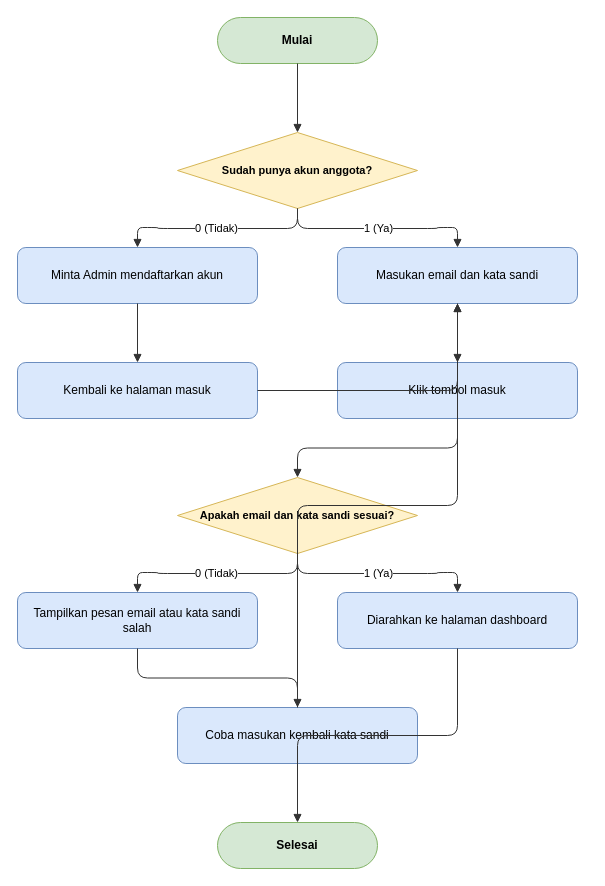
Before: docs/diagrams/flowchart/flowchart-login.drawio in dimstyle/ruang-baca, a draw.io diagram. Source tidied: cells renumbered, new cells numbered last; positions are measured from the earlier drawing's top-left corner, leaving out a move shared by most shapes. Both pictures are drawn from the tidied source at 100%, with x=0, y=0 at pixel (17, 17).
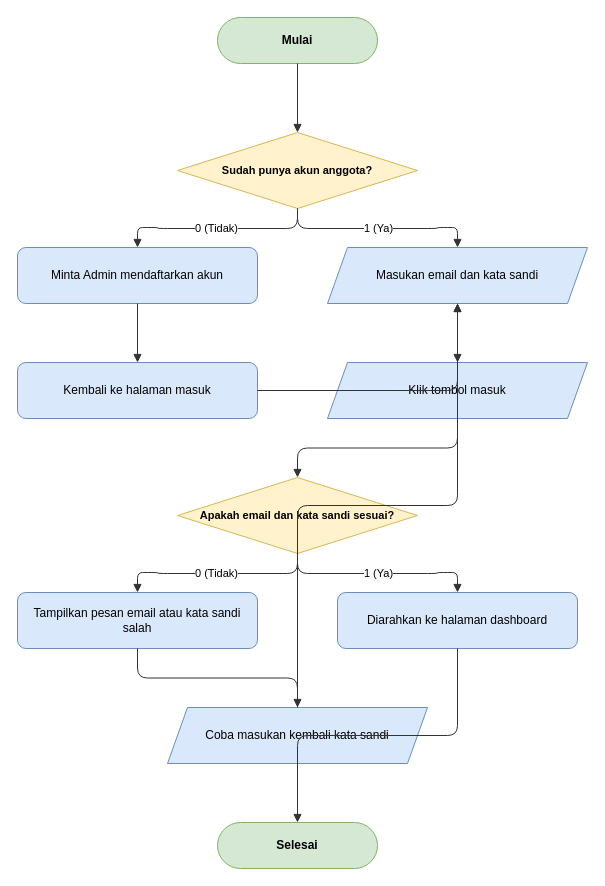
Above is the later version.

Diff of the diagram source:
```diff
@@
-    <mxCell id="5" value="Masukan email dan kata sandi" style="rounded=1;whiteSpace=wrap;html=1;fillColor=#dae8fc;strokeColor=#6c8ebf;fontSize=12;" parent="1" vertex="1">
-      <mxGeometry x="320" y="230" width="240" height="56" as="geometry" />
+    <mxCell id="5" value="Masukan email dan kata sandi" style="shape=parallelogram;perimeter=parallelogramPerimeter;whiteSpace=wrap;html=1;fixedSize=1;fillColor=#dae8fc;strokeColor=#6c8ebf;fontSize=12;" parent="1" vertex="1">
+      <mxGeometry x="310" y="230" width="260" height="56" as="geometry" />
     </mxCell>
@@
-    <mxCell id="7" value="Klik tombol masuk" style="rounded=1;whiteSpace=wrap;html=1;fillColor=#dae8fc;strokeColor=#6c8ebf;fontSize=12;" parent="1" vertex="1">
-      <mxGeometry x="320" y="345" width="240" height="56" as="geometry" />
+    <mxCell id="7" value="Klik tombol masuk" style="shape=parallelogram;perimeter=parallelogramPerimeter;whiteSpace=wrap;html=1;fixedSize=1;fillColor=#dae8fc;strokeColor=#6c8ebf;fontSize=12;" parent="1" vertex="1">
+      <mxGeometry x="310" y="345" width="260" height="56" as="geometry" />
     </mxCell>
@@
-    <mxCell id="11" value="Coba masukan kembali kata sandi" style="rounded=1;whiteSpace=wrap;html=1;fillColor=#dae8fc;strokeColor=#6c8ebf;fontSize=12;" parent="1" vertex="1">
-      <mxGeometry x="160" y="690" width="240" height="56" as="geometry" />
+    <mxCell id="11" value="Coba masukan kembali kata sandi" style="shape=parallelogram;perimeter=parallelogramPerimeter;whiteSpace=wrap;html=1;fixedSize=1;fillColor=#dae8fc;strokeColor=#6c8ebf;fontSize=12;" parent="1" vertex="1">
+      <mxGeometry x="150" y="690" width="260" height="56" as="geometry" />
     </mxCell>
```
